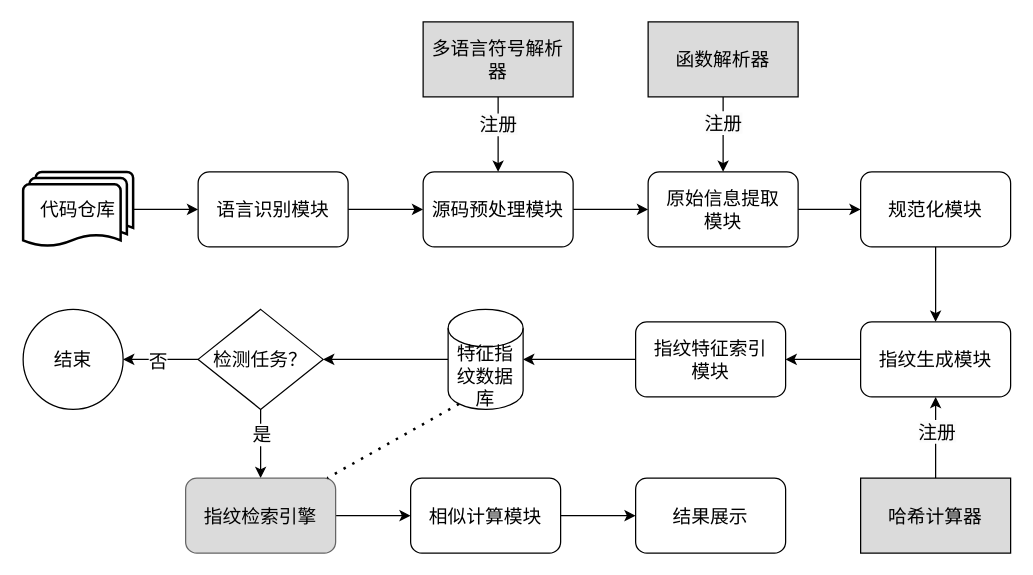
wanghaoxu001/cloudimg keeps this draw.io diagram as 系统实现图.drawio. Above is the earlier version. Source tidied: cells renumbered, new cells numbered last; positions are measured from the earlier drawing's top-left corner, leaving out a move shared by most shapes. Both pictures are drawn from the tidied source at 125%, with x=0, y=0 at pixel (22, 21).
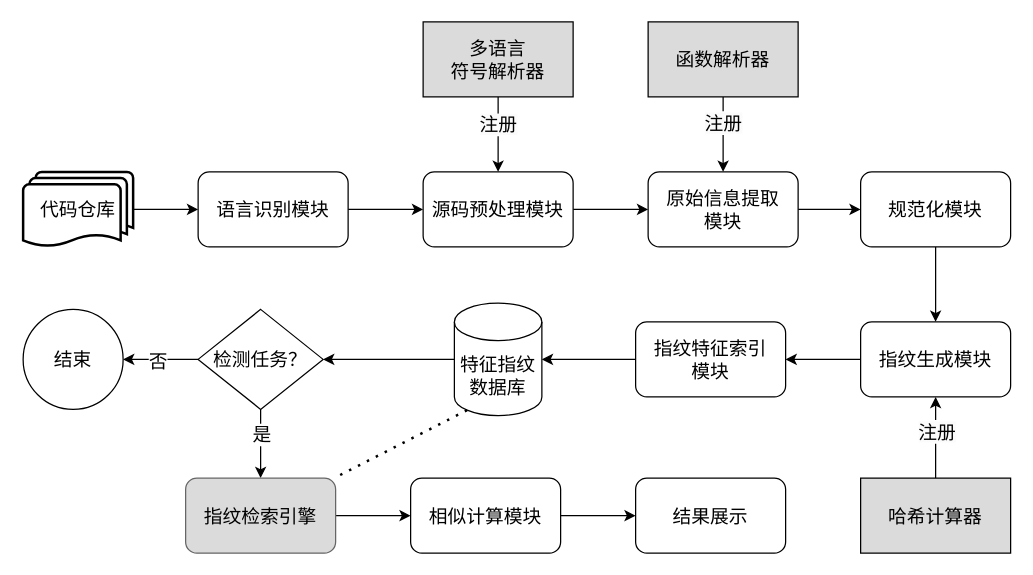
The same diagram, later.

Commit message:
更新系统实现图.drawio

Diff of the diagram source:
```diff
@@
     <mxCell id="15" value="特征指纹数据库" style="shape=cylinder3;whiteSpace=wrap;html=1;boundedLbl=1;backgroundOutline=1;size=15;fontSize=15;" parent="1" vertex="1">
-      <mxGeometry x="340" y="230" width="60" height="80" as="geometry" />
+      <mxGeometry x="345" y="225" width="70" height="90" as="geometry" />
     </mxCell>
@@
-    <mxCell id="29" value="&lt;font style=&quot;font-size: 15px;&quot;&gt;多语言符号解析器&lt;br&gt;&lt;/font&gt;" style="rounded=0;whiteSpace=wrap;html=1;fillColor=#DBDBDB;" parent="1" vertex="1">
+    <mxCell id="29" value="&lt;font style=&quot;font-size: 15px;&quot;&gt;多语言&lt;br&gt;符号解析器&lt;br&gt;&lt;/font&gt;" style="rounded=0;whiteSpace=wrap;html=1;fillColor=#DBDBDB;" parent="1" vertex="1">
       <mxGeometry x="320" width="120" height="60" as="geometry" />
     </mxCell>
```
